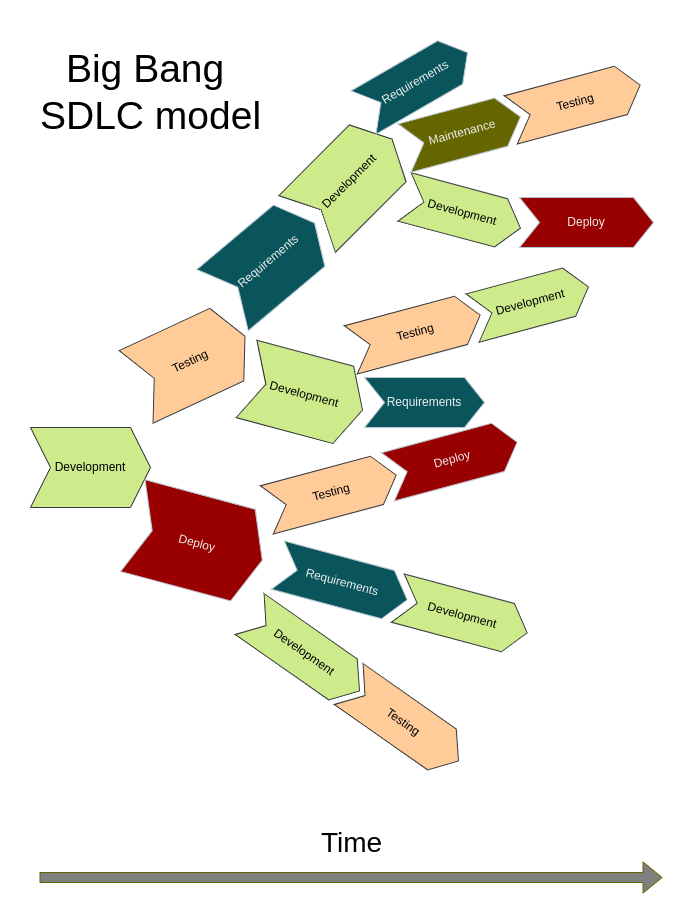
Earlier version of the draw.io export fig/34_requirements_BigBang.png (ShrRa/python-intermediate-development). Source tidied: cells renumbered, new cells last; positions are measured from the earlier drawing's top-left corner, leaving out a move shared by most shapes.
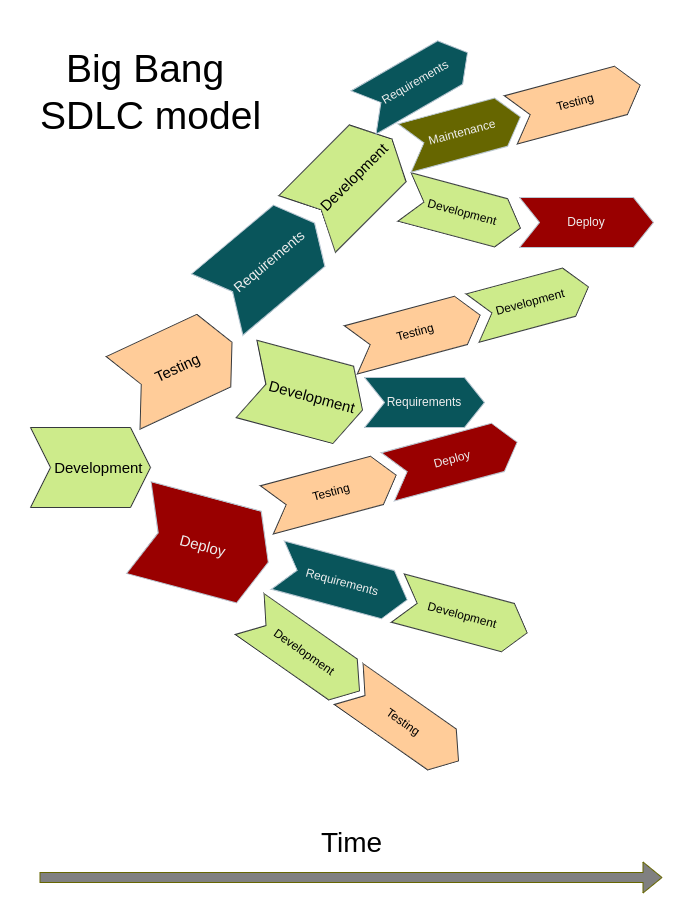
The same diagram one commit later.

What changed in the source:
```diff
@@ -2,19 +2,19 @@
   <root>
     <mxCell id="0" />
     <mxCell id="1" parent="0" />
-    <mxCell id="2" value="Development" style="shape=step;perimeter=stepPerimeter;whiteSpace=wrap;html=1;fixedSize=1;rounded=0;labelBackgroundColor=none;fillColor=#cdeb8b;strokeColor=#36393d;" parent="1" vertex="1">
+    <mxCell id="2" value="&amp;nbsp; &amp;nbsp; Development" style="shape=step;perimeter=stepPerimeter;whiteSpace=wrap;html=1;fixedSize=1;rounded=0;labelBackgroundColor=none;fillColor=#cdeb8b;strokeColor=#36393d;fontSize=15;" parent="1" vertex="1">
       <mxGeometry y="390" width="120" height="80" as="geometry" />
     </mxCell>
-    <mxCell id="3" value="Testing" style="shape=step;perimeter=stepPerimeter;whiteSpace=wrap;html=1;fixedSize=1;rotation=-25;rounded=0;labelBackgroundColor=none;fillColor=#ffcc99;strokeColor=#36393d;" parent="1" vertex="1">
-      <mxGeometry x="100" y="284" width="120" height="80" as="geometry" />
+    <mxCell id="3" value="Testing" style="shape=step;perimeter=stepPerimeter;whiteSpace=wrap;html=1;fixedSize=1;rotation=-25;rounded=0;labelBackgroundColor=none;fillColor=#ffcc99;strokeColor=#36393d;fontSize=15;" parent="1" vertex="1">
+      <mxGeometry x="87" y="290" width="120" height="80" as="geometry" />
     </mxCell>
-    <mxCell id="4" value="Deploy" style="shape=step;perimeter=stepPerimeter;whiteSpace=wrap;html=1;fixedSize=1;rotation=15;rounded=0;labelBackgroundColor=none;fillColor=#990000;strokeColor=#BAC8D3;fontColor=#EEEEEE;" parent="1" vertex="1">
-      <mxGeometry x="100" y="458" width="134" height="95" as="geometry" />
+    <mxCell id="4" value="Deploy" style="shape=step;perimeter=stepPerimeter;whiteSpace=wrap;html=1;fixedSize=1;rotation=15;rounded=0;labelBackgroundColor=none;fillColor=#990000;strokeColor=#BAC8D3;fontColor=#EEEEEE;fontSize=15;" parent="1" vertex="1">
+      <mxGeometry x="106" y="460" width="134" height="95" as="geometry" />
     </mxCell>
-    <mxCell id="5" value="Requirements" style="shape=step;perimeter=stepPerimeter;whiteSpace=wrap;html=1;fixedSize=1;rotation=-40;rounded=0;labelBackgroundColor=none;fillColor=#09555B;strokeColor=#BAC8D3;fontColor=#EEEEEE;" parent="1" vertex="1">
-      <mxGeometry x="178" y="184" width="120" height="80" as="geometry" />
+    <mxCell id="5" value="&lt;font style=&quot;font-size: 14px;&quot;&gt;&amp;nbsp; Requirements&lt;/font&gt;" style="shape=step;perimeter=stepPerimeter;whiteSpace=wrap;html=1;fixedSize=1;rotation=-40;rounded=0;labelBackgroundColor=none;fillColor=#09555B;strokeColor=#BAC8D3;fontColor=#EEEEEE;fontSize=15;" parent="1" vertex="1">
+      <mxGeometry x="171.8" y="186.2" width="127" height="80" as="geometry" />
     </mxCell>
-    <mxCell id="6" value="Development" style="shape=step;perimeter=stepPerimeter;whiteSpace=wrap;html=1;fixedSize=1;rotation=-45;rounded=0;labelBackgroundColor=none;fillColor=#cdeb8b;strokeColor=#36393d;" parent="1" vertex="1">
+    <mxCell id="6" value="&amp;nbsp; &amp;nbsp;Development" style="shape=step;perimeter=stepPerimeter;whiteSpace=wrap;html=1;fixedSize=1;rotation=-45;rounded=0;labelBackgroundColor=none;fillColor=#cdeb8b;strokeColor=#36393d;fontSize=15;" parent="1" vertex="1">
       <mxGeometry x="259" y="104" width="120" height="80" as="geometry" />
     </mxCell>
     <mxCell id="7" value="Development" style="shape=step;perimeter=stepPerimeter;whiteSpace=wrap;html=1;fixedSize=1;rotation=15;rounded=0;labelBackgroundColor=none;fillColor=#cdeb8b;strokeColor=#36393d;" parent="1" vertex="1">
@@ -44,7 +44,7 @@
     <mxCell id="15" value="Testing" style="shape=step;perimeter=stepPerimeter;whiteSpace=wrap;html=1;fixedSize=1;rotation=35;rounded=0;labelBackgroundColor=none;fillColor=#ffcc99;strokeColor=#36393d;" parent="1" vertex="1">
       <mxGeometry x="306" y="660" width="134" height="50" as="geometry" />
     </mxCell>
-    <mxCell id="16" value="Development" style="shape=step;perimeter=stepPerimeter;whiteSpace=wrap;html=1;fixedSize=1;rotation=15;rounded=0;labelBackgroundColor=none;fillColor=#cdeb8b;strokeColor=#36393d;" parent="1" vertex="1">
+    <mxCell id="16" value="&amp;nbsp; &amp;nbsp; Development" style="shape=step;perimeter=stepPerimeter;whiteSpace=wrap;html=1;fixedSize=1;rotation=15;rounded=0;labelBackgroundColor=none;fillColor=#cdeb8b;strokeColor=#36393d;fontSize=15;" parent="1" vertex="1">
       <mxGeometry x="214" y="317" width="120" height="80" as="geometry" />
     </mxCell>
     <mxCell id="17" value="Testing" style="shape=step;perimeter=stepPerimeter;whiteSpace=wrap;html=1;fixedSize=1;rotation=-15;rounded=0;labelBackgroundColor=none;fillColor=#ffcc99;strokeColor=#36393d;" parent="1" vertex="1">
```
